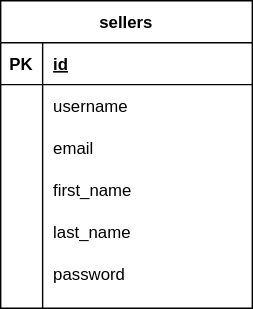
Before: docs/db.drawio.svg, a diagram exported from draw.io (p2m-project/p2pmarket_server). Source tidied: cells renumbered, new cells last; positions are measured from the earlier drawing's top-left corner, leaving out a move shared by most shapes. The source it was exported from:
```xml
<mxGraphModel>
  <root>
    <mxCell id="0" />
    <mxCell id="1" parent="0" />
    <mxCell id="2" value="sellers" style="shape=table;startSize=30;rowLines=0;fontStyle=1;align=center;" parent="1" vertex="1">
      <mxGeometry width="180" height="220" as="geometry" />
    </mxCell>
    <mxCell id="3" style="shape=partialRectangle;fillColor=none;top=0;left=0;bottom=1;right=0;" parent="2" vertex="1">
      <mxGeometry y="30" width="180" height="30" as="geometry" />
    </mxCell>
    <mxCell id="4" value="PK" style="shape=partialRectangle;fillColor=none;top=0;left=0;bottom=0;right=0;fontStyle=1;overflow=hidden;" parent="3" vertex="1">
      <mxGeometry width="30" height="30" as="geometry" />
    </mxCell>
    <mxCell id="5" value="id" style="shape=partialRectangle;fillColor=none;top=0;left=0;bottom=0;right=0;align=left;spacingLeft=6;fontStyle=5;overflow=hidden;" parent="3" vertex="1">
      <mxGeometry x="30" width="150" height="30" as="geometry" />
    </mxCell>
    <mxCell id="6" style="shape=partialRectangle;fillColor=none;top=0;left=0;bottom=0;right=0;" parent="2" vertex="1">
      <mxGeometry y="60" width="180" height="30" as="geometry" />
    </mxCell>
    <mxCell id="7" style="shape=partialRectangle;fillColor=none;top=0;left=0;bottom=0;right=0;overflow=hidden;" parent="6" vertex="1">
      <mxGeometry width="30" height="30" as="geometry" />
    </mxCell>
    <mxCell id="8" value="username" style="shape=partialRectangle;fillColor=none;top=0;left=0;bottom=0;right=0;align=left;spacingLeft=6;overflow=hidden;" parent="6" vertex="1">
      <mxGeometry x="30" width="150" height="30" as="geometry" />
    </mxCell>
    <mxCell id="9" style="shape=partialRectangle;fillColor=none;top=0;left=0;bottom=0;right=0;" parent="2" vertex="1">
      <mxGeometry y="90" width="180" height="30" as="geometry" />
    </mxCell>
    <mxCell id="10" style="shape=partialRectangle;fillColor=none;top=0;left=0;bottom=0;right=0;overflow=hidden;" parent="9" vertex="1">
      <mxGeometry width="30" height="30" as="geometry" />
    </mxCell>
    <mxCell id="11" value="email" style="shape=partialRectangle;fillColor=none;top=0;left=0;bottom=0;right=0;align=left;spacingLeft=6;overflow=hidden;" parent="9" vertex="1">
      <mxGeometry x="30" width="150" height="30" as="geometry" />
    </mxCell>
    <mxCell id="12" style="shape=partialRectangle;fillColor=none;top=0;left=0;bottom=0;right=0;" parent="2" vertex="1">
      <mxGeometry y="120" width="180" height="30" as="geometry" />
    </mxCell>
    <mxCell id="13" style="shape=partialRectangle;fillColor=none;top=0;left=0;bottom=0;right=0;overflow=hidden;" parent="12" vertex="1">
      <mxGeometry width="30" height="30" as="geometry" />
    </mxCell>
    <mxCell id="14" value="first_name" style="shape=partialRectangle;fillColor=none;top=0;left=0;bottom=0;right=0;align=left;spacingLeft=6;overflow=hidden;" parent="12" vertex="1">
      <mxGeometry x="30" width="150" height="30" as="geometry" />
    </mxCell>
    <mxCell id="15" style="shape=partialRectangle;fillColor=none;top=0;left=0;bottom=0;right=0;" parent="2" vertex="1">
      <mxGeometry y="150" width="180" height="30" as="geometry" />
    </mxCell>
    <mxCell id="16" style="shape=partialRectangle;fillColor=none;top=0;left=0;bottom=0;right=0;overflow=hidden;" parent="15" vertex="1">
      <mxGeometry width="30" height="30" as="geometry" />
    </mxCell>
    <mxCell id="17" value="last_name" style="shape=partialRectangle;fillColor=none;top=0;left=0;bottom=0;right=0;align=left;spacingLeft=6;overflow=hidden;" parent="15" vertex="1">
      <mxGeometry x="30" width="150" height="30" as="geometry" />
    </mxCell>
    <mxCell id="18" style="shape=partialRectangle;fillColor=none;top=0;left=0;bottom=0;right=0;" parent="2" vertex="1">
      <mxGeometry y="180" width="180" height="30" as="geometry" />
    </mxCell>
    <mxCell id="19" style="shape=partialRectangle;fillColor=none;top=0;left=0;bottom=0;right=0;overflow=hidden;" parent="18" vertex="1">
      <mxGeometry width="30" height="30" as="geometry" />
    </mxCell>
    <mxCell id="20" value="password" style="shape=partialRectangle;fillColor=none;top=0;left=0;bottom=0;right=0;align=left;spacingLeft=6;overflow=hidden;" parent="18" vertex="1">
      <mxGeometry x="30" width="150" height="30" as="geometry" />
    </mxCell>
  </root>
</mxGraphModel>
```
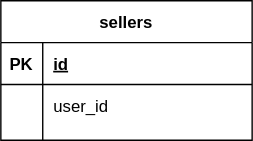
After the change.

Change to the diagram source:
```diff
@@ -3,7 +3,7 @@
     <mxCell id="0" />
     <mxCell id="1" parent="0" />
     <mxCell id="2" value="sellers" style="shape=table;startSize=30;rowLines=0;fontStyle=1;align=center;" parent="1" vertex="1">
-      <mxGeometry width="180" height="220" as="geometry" />
+      <mxGeometry width="180" height="100" as="geometry" />
     </mxCell>
     <mxCell id="3" style="shape=partialRectangle;fillColor=none;top=0;left=0;bottom=1;right=0;" parent="2" vertex="1">
       <mxGeometry y="30" width="180" height="30" as="geometry" />
@@ -20,44 +20,8 @@
     <mxCell id="7" style="shape=partialRectangle;fillColor=none;top=0;left=0;bottom=0;right=0;overflow=hidden;" parent="6" vertex="1">
       <mxGeometry width="30" height="30" as="geometry" />
     </mxCell>
-    <mxCell id="8" value="username" style="shape=partialRectangle;fillColor=none;top=0;left=0;bottom=0;right=0;align=left;spacingLeft=6;overflow=hidden;" parent="6" vertex="1">
+    <mxCell id="8" value="user_id" style="shape=partialRectangle;fillColor=none;top=0;left=0;bottom=0;right=0;align=left;spacingLeft=6;overflow=hidden;" parent="6" vertex="1">
       <mxGeometry x="30" width="150" height="30" as="geometry" />
     </mxCell>
-    <mxCell id="9" style="shape=partialRectangle;fillColor=none;top=0;left=0;bottom=0;right=0;" parent="2" vertex="1">
-      <mxGeometry y="90" width="180" height="30" as="geometry" />
-    </mxCell>
-    <mxCell id="10" style="shape=partialRectangle;fillColor=none;top=0;left=0;bottom=0;right=0;overflow=hidden;" parent="9" vertex="1">
-      <mxGeometry width="30" height="30" as="geometry" />
-    </mxCell>
-    <mxCell id="11" value="email" style="shape=partialRectangle;fillColor=none;top=0;left=0;bottom=0;right=0;align=left;spacingLeft=6;overflow=hidden;" parent="9" vertex="1">
-      <mxGeometry x="30" width="150" height="30" as="geometry" />
-    </mxCell>
-    <mxCell id="12" style="shape=partialRectangle;fillColor=none;top=0;left=0;bottom=0;right=0;" parent="2" vertex="1">
-      <mxGeometry y="120" width="180" height="30" as="geometry" />
-    </mxCell>
-    <mxCell id="13" style="shape=partialRectangle;fillColor=none;top=0;left=0;bottom=0;right=0;overflow=hidden;" parent="12" vertex="1">
-      <mxGeometry width="30" height="30" as="geometry" />
-    </mxCell>
-    <mxCell id="14" value="first_name" style="shape=partialRectangle;fillColor=none;top=0;left=0;bottom=0;right=0;align=left;spacingLeft=6;overflow=hidden;" parent="12" vertex="1">
-      <mxGeometry x="30" width="150" height="30" as="geometry" />
-    </mxCell>
-    <mxCell id="15" style="shape=partialRectangle;fillColor=none;top=0;left=0;bottom=0;right=0;" parent="2" vertex="1">
-      <mxGeometry y="150" width="180" height="30" as="geometry" />
-    </mxCell>
-    <mxCell id="16" style="shape=partialRectangle;fillColor=none;top=0;left=0;bottom=0;right=0;overflow=hidden;" parent="15" vertex="1">
-      <mxGeometry width="30" height="30" as="geometry" />
-    </mxCell>
-    <mxCell id="17" value="last_name" style="shape=partialRectangle;fillColor=none;top=0;left=0;bottom=0;right=0;align=left;spacingLeft=6;overflow=hidden;" parent="15" vertex="1">
-      <mxGeometry x="30" width="150" height="30" as="geometry" />
-    </mxCell>
-    <mxCell id="18" style="shape=partialRectangle;fillColor=none;top=0;left=0;bottom=0;right=0;" parent="2" vertex="1">
-      <mxGeometry y="180" width="180" height="30" as="geometry" />
-    </mxCell>
-    <mxCell id="19" style="shape=partialRectangle;fillColor=none;top=0;left=0;bottom=0;right=0;overflow=hidden;" parent="18" vertex="1">
-      <mxGeometry width="30" height="30" as="geometry" />
-    </mxCell>
-    <mxCell id="20" value="password" style="shape=partialRectangle;fillColor=none;top=0;left=0;bottom=0;right=0;align=left;spacingLeft=6;overflow=hidden;" parent="18" vertex="1">
-      <mxGeometry x="30" width="150" height="30" as="geometry" />
-    </mxCell>
   </root>
 </mxGraphModel>
```
